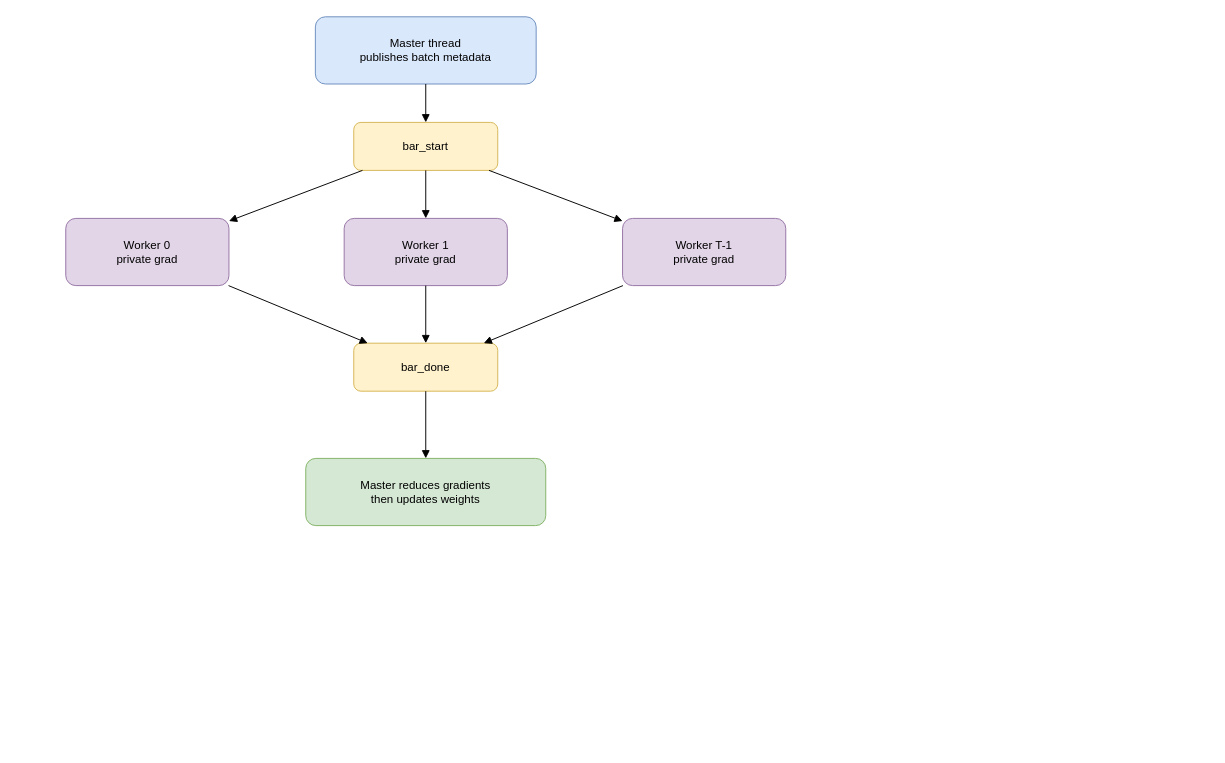
Earlier version of the draw.io diagram page "Pthreads" (4 of 7) of docs/diagrams/hpc_workflows.drawio (munsif-dev/hpc-project). Source tidied: cells renumbered, new cells numbered last; positions are measured from the earlier drawing's top-left corner, leaving out a move shared by most shapes. Both pictures are drawn from the tidied source at 96%, with x=0, y=0 at pixel (65, 16).
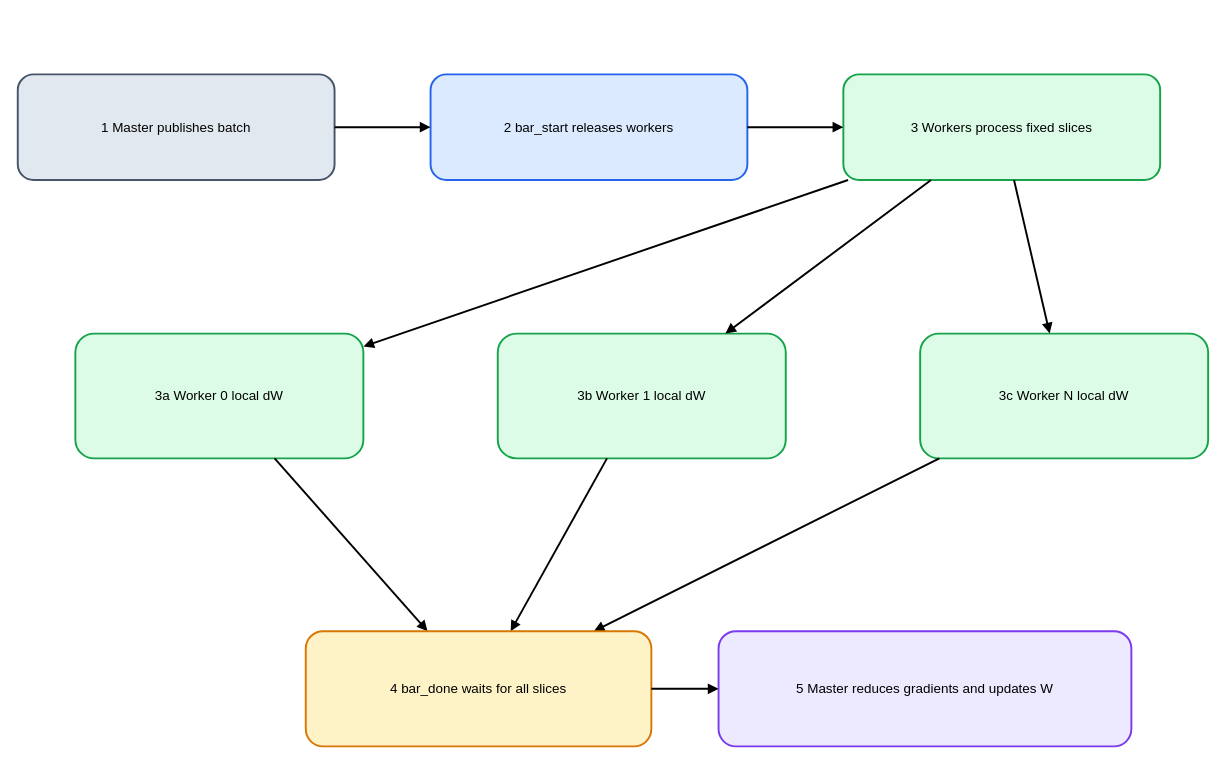
The same page after the edit.

The edit, as a diff of the source:
```diff
@@
 <mxGraphModel>
   <root>
     <mxCell id="0" />
     <mxCell id="1" parent="0" />
-    <mxCell id="2" value="Master thread&lt;br&gt;publishes batch metadata" style="rounded=1;whiteSpace=wrap;html=1;fillColor=#dae8fc;strokeColor=#6c8ebf;" parent="1" vertex="1">
-      <mxGeometry x="260" width="230" height="70" as="geometry" />
-    </mxCell>
-    <mxCell id="3" value="bar_start" style="rounded=1;whiteSpace=wrap;html=1;fillColor=#fff2cc;strokeColor=#d6b656;" parent="1" vertex="1">
-      <mxGeometry x="300" y="110" width="150" height="50" as="geometry" />
-    </mxCell>
-    <mxCell id="4" value="Worker 0&lt;br&gt;private grad" style="rounded=1;whiteSpace=wrap;html=1;fillColor=#e1d5e7;strokeColor=#9673a6;" parent="1" vertex="1">
-      <mxGeometry y="210" width="170" height="70" as="geometry" />
-    </mxCell>
-    <mxCell id="5" value="Worker 1&lt;br&gt;private grad" style="rounded=1;whiteSpace=wrap;html=1;fillColor=#e1d5e7;strokeColor=#9673a6;" parent="1" vertex="1">
-      <mxGeometry x="290" y="210" width="170" height="70" as="geometry" />
-    </mxCell>
-    <mxCell id="6" value="Worker T-1&lt;br&gt;private grad" style="rounded=1;whiteSpace=wrap;html=1;fillColor=#e1d5e7;strokeColor=#9673a6;" parent="1" vertex="1">
-      <mxGeometry x="580" y="210" width="170" height="70" as="geometry" />
-    </mxCell>
-    <mxCell id="7" value="bar_done" style="rounded=1;whiteSpace=wrap;html=1;fillColor=#fff2cc;strokeColor=#d6b656;" parent="1" vertex="1">
-      <mxGeometry x="300" y="340" width="150" height="50" as="geometry" />
-    </mxCell>
-    <mxCell id="8" value="Master reduces gradients&lt;br&gt;then updates weights" style="rounded=1;whiteSpace=wrap;html=1;fillColor=#d5e8d4;strokeColor=#82b366;" parent="1" vertex="1">
-      <mxGeometry x="250" y="460" width="250" height="70" as="geometry" />
-    </mxCell>
-    <mxCell id="9" style="endArrow=block;html=1;rounded=0;" parent="1" edge="1" source="2" target="3">
-      <mxGeometry relative="1" as="geometry" />
-    </mxCell>
-    <mxCell id="10" style="endArrow=block;html=1;rounded=0;" parent="1" edge="1" source="3" target="4">
-      <mxGeometry relative="1" as="geometry" />
-    </mxCell>
-    <mxCell id="11" style="endArrow=block;html=1;rounded=0;" parent="1" edge="1" source="3" target="5">
-      <mxGeometry relative="1" as="geometry" />
-    </mxCell>
-    <mxCell id="12" style="endArrow=block;html=1;rounded=0;" parent="1" edge="1" source="3" target="6">
-      <mxGeometry relative="1" as="geometry" />
-    </mxCell>
-    <mxCell id="13" style="endArrow=block;html=1;rounded=0;" parent="1" edge="1" source="4" target="7">
-      <mxGeometry relative="1" as="geometry" />
-    </mxCell>
-    <mxCell id="14" style="endArrow=block;html=1;rounded=0;" parent="1" edge="1" source="5" target="7">
-      <mxGeometry relative="1" as="geometry" />
-    </mxCell>
-    <mxCell id="15" style="endArrow=block;html=1;rounded=0;" parent="1" edge="1" source="6" target="7">
-      <mxGeometry relative="1" as="geometry" />
-    </mxCell>
-    <mxCell id="16" style="endArrow=block;html=1;rounded=0;" parent="1" edge="1" source="7" target="8">
-      <mxGeometry relative="1" as="geometry" />
-    </mxCell>
+    <mxCell id="17" value="1 Master publishes batch" style="rounded=1;whiteSpace=wrap;html=1;fontSize=14;strokeWidth=2;fillColor=#e2e8f0;strokeColor=#475569;" parent="1" vertex="1">
+      <mxGeometry x="-50" y="60" width="330" height="110" as="geometry" />
+    </mxCell>
+    <mxCell id="18" value="2 bar_start releases workers" style="rounded=1;whiteSpace=wrap;html=1;fontSize=14;strokeWidth=2;fillColor=#dbeafe;strokeColor=#2563eb;" parent="1" vertex="1">
+      <mxGeometry x="380" y="60" width="330" height="110" as="geometry" />
+    </mxCell>
+    <mxCell id="19" style="endArrow=block;html=1;rounded=0;fontSize=14;strokeWidth=2;" parent="1" edge="1" source="17" target="18">
+      <mxGeometry relative="1" as="geometry" />
+    </mxCell>
+    <mxCell id="20" value="3 Workers process fixed slices" style="rounded=1;whiteSpace=wrap;html=1;fontSize=14;strokeWidth=2;fillColor=#dcfce7;strokeColor=#16a34a;" parent="1" vertex="1">
+      <mxGeometry x="810" y="60" width="330" height="110" as="geometry" />
+    </mxCell>
+    <mxCell id="21" style="endArrow=block;html=1;rounded=0;fontSize=14;strokeWidth=2;" parent="1" edge="1" source="18" target="20">
+      <mxGeometry relative="1" as="geometry" />
+    </mxCell>
+    <mxCell id="22" value="3a Worker 0 local dW" style="rounded=1;whiteSpace=wrap;html=1;fontSize=14;strokeWidth=2;fillColor=#dcfce7;strokeColor=#16a34a;" parent="1" vertex="1">
+      <mxGeometry x="10" y="330" width="300" height="130" as="geometry" />
+    </mxCell>
+    <mxCell id="23" style="endArrow=block;html=1;rounded=0;fontSize=14;strokeWidth=2;" parent="1" edge="1" source="20" target="22">
+      <mxGeometry relative="1" as="geometry" />
+    </mxCell>
+    <mxCell id="24" style="endArrow=block;html=1;rounded=0;fontSize=14;strokeWidth=2;" parent="1" edge="1" source="22" target="31">
+      <mxGeometry relative="1" as="geometry" />
+    </mxCell>
+    <mxCell id="25" value="3b Worker 1 local dW" style="rounded=1;whiteSpace=wrap;html=1;fontSize=14;strokeWidth=2;fillColor=#dcfce7;strokeColor=#16a34a;" parent="1" vertex="1">
+      <mxGeometry x="450" y="330" width="300" height="130" as="geometry" />
+    </mxCell>
+    <mxCell id="26" style="endArrow=block;html=1;rounded=0;fontSize=14;strokeWidth=2;" parent="1" edge="1" source="20" target="25">
+      <mxGeometry relative="1" as="geometry" />
+    </mxCell>
+    <mxCell id="27" style="endArrow=block;html=1;rounded=0;fontSize=14;strokeWidth=2;" parent="1" edge="1" source="25" target="31">
+      <mxGeometry relative="1" as="geometry" />
+    </mxCell>
+    <mxCell id="28" value="3c Worker N local dW" style="rounded=1;whiteSpace=wrap;html=1;fontSize=14;strokeWidth=2;fillColor=#dcfce7;strokeColor=#16a34a;" parent="1" vertex="1">
+      <mxGeometry x="890" y="330" width="300" height="130" as="geometry" />
+    </mxCell>
+    <mxCell id="29" style="endArrow=block;html=1;rounded=0;fontSize=14;strokeWidth=2;" parent="1" edge="1" source="20" target="28">
+      <mxGeometry relative="1" as="geometry" />
+    </mxCell>
+    <mxCell id="30" style="endArrow=block;html=1;rounded=0;fontSize=14;strokeWidth=2;" parent="1" edge="1" source="28" target="31">
+      <mxGeometry relative="1" as="geometry" />
+    </mxCell>
+    <mxCell id="31" value="4 bar_done waits for all slices" style="rounded=1;whiteSpace=wrap;html=1;fontSize=14;strokeWidth=2;fillColor=#fef3c7;strokeColor=#d97706;" parent="1" vertex="1">
+      <mxGeometry x="250" y="640" width="360" height="120" as="geometry" />
+    </mxCell>
+    <mxCell id="32" value="5 Master reduces gradients and updates W" style="rounded=1;whiteSpace=wrap;html=1;fontSize=14;strokeWidth=2;fillColor=#ede9fe;strokeColor=#7c3aed;" parent="1" vertex="1">
+      <mxGeometry x="680" y="640" width="430" height="120" as="geometry" />
+    </mxCell>
+    <mxCell id="33" style="endArrow=block;html=1;rounded=0;fontSize=14;strokeWidth=2;" parent="1" edge="1" source="31" target="32">
+      <mxGeometry relative="1" as="geometry" />
+    </mxCell>
   </root>
 </mxGraphModel>
```
